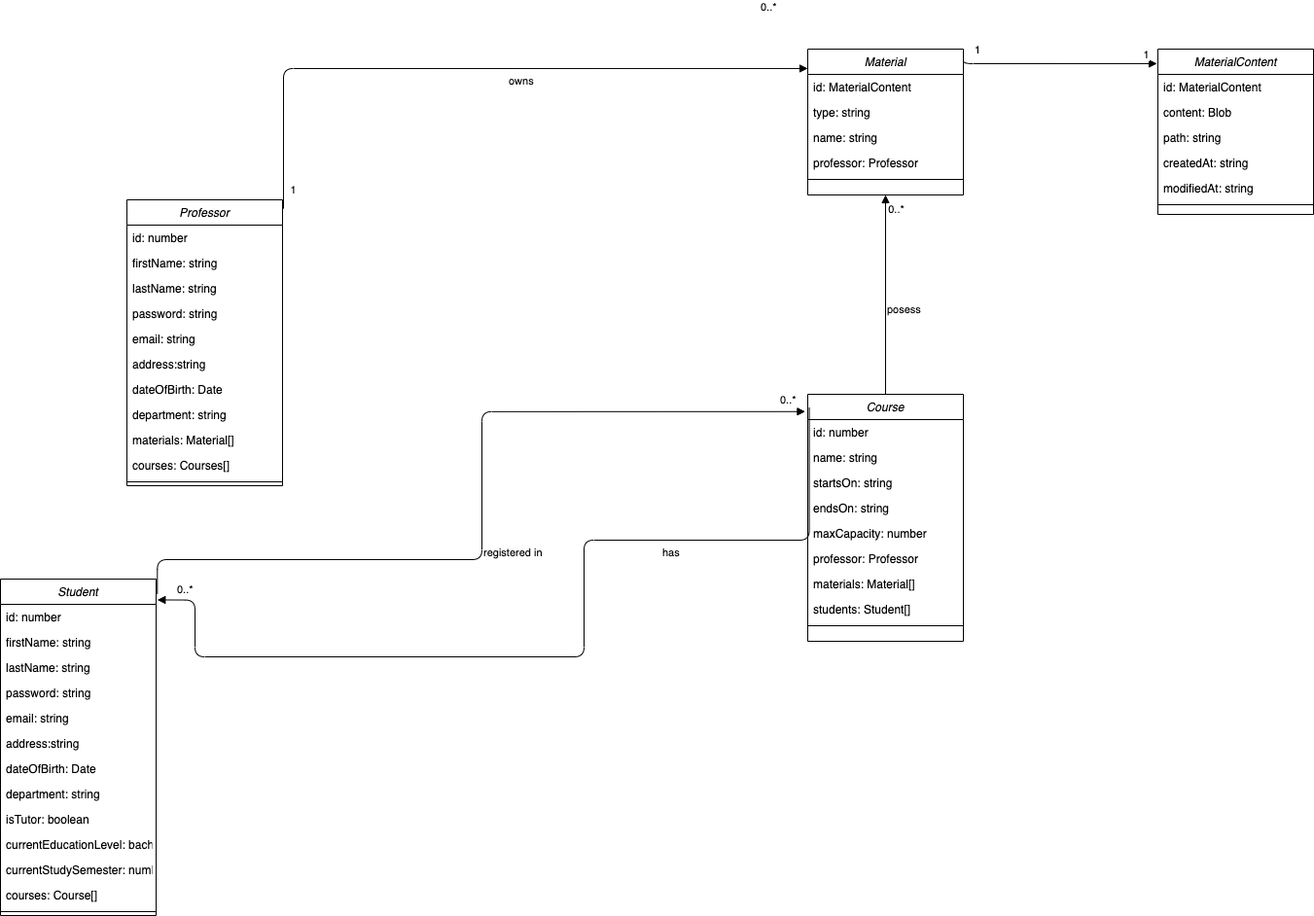
Before: docs/Model.png, a diagram exported from draw.io (l33t3mr/typescript). Source tidied: cells renumbered, new cells last; positions are measured from the earlier drawing's top-left corner, leaving out a move shared by most shapes.
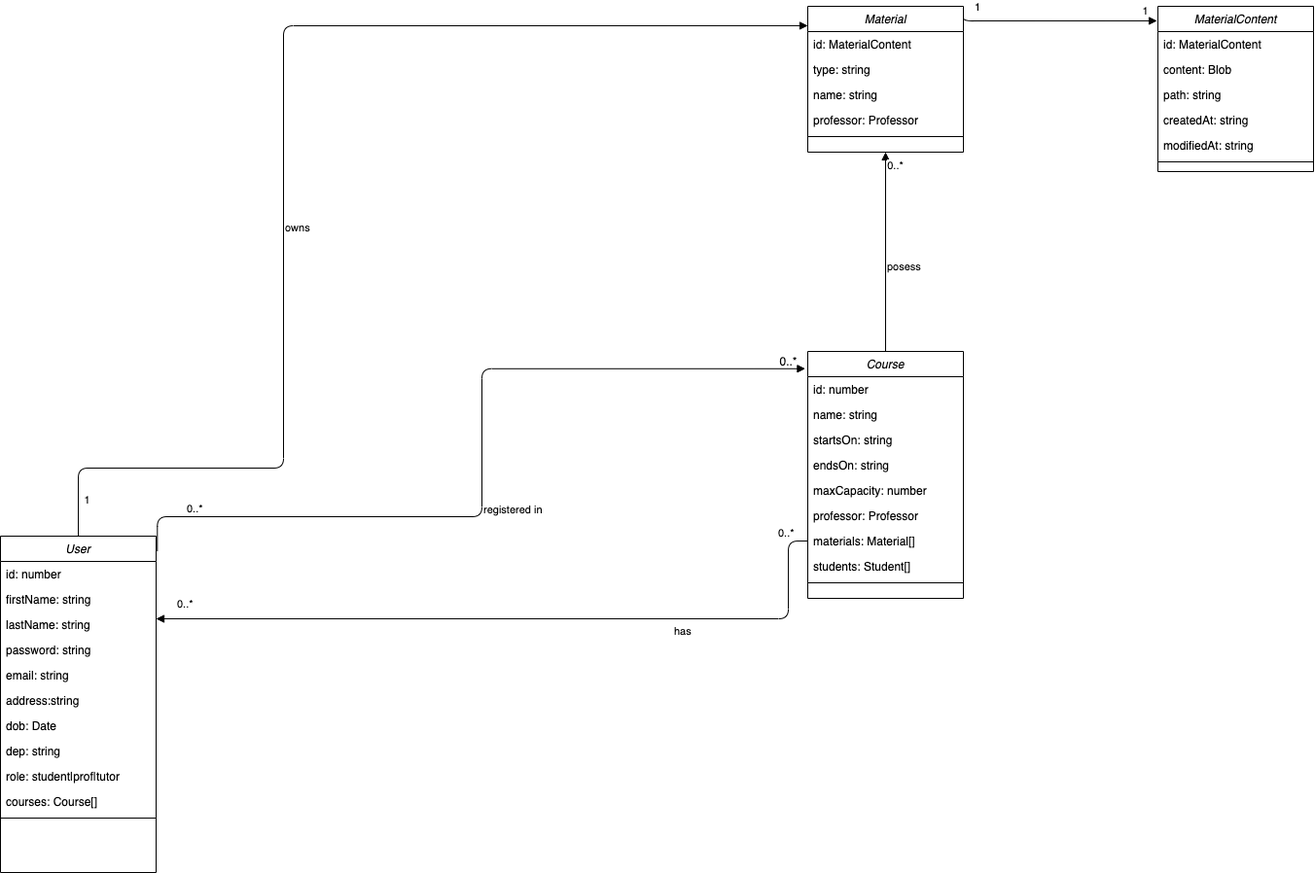
Later version of the same file.

Diff of the diagram source:
```diff
@@ -2,43 +2,7 @@
   <root>
     <mxCell id="0" />
     <mxCell id="1" parent="0" />
-    <mxCell id="2" value="Professor" style="swimlane;fontStyle=2;align=center;verticalAlign=top;horizontal=1;startSize=26;rounded=0;shadow=0;strokeWidth=1;" parent="1" vertex="1">
-      <mxGeometry x="130" y="155" width="160" height="294" as="geometry" />
-    </mxCell>
-    <mxCell id="3" value="id: number" style="text;align=left;verticalAlign=top;spacingLeft=4;spacingRight=4;overflow=hidden;" parent="2" vertex="1">
-      <mxGeometry y="26" width="160" height="26" as="geometry" />
-    </mxCell>
-    <mxCell id="4" value="firstName: string" style="text;align=left;verticalAlign=top;spacingLeft=4;spacingRight=4;overflow=hidden;" parent="2" vertex="1">
-      <mxGeometry y="52" width="160" height="26" as="geometry" />
-    </mxCell>
-    <mxCell id="5" value="lastName: string" style="text;align=left;verticalAlign=top;spacingLeft=4;spacingRight=4;overflow=hidden;rounded=0;shadow=0;html=0;" parent="2" vertex="1">
-      <mxGeometry y="78" width="160" height="26" as="geometry" />
-    </mxCell>
-    <mxCell id="6" value="password: string" style="text;align=left;verticalAlign=top;spacingLeft=4;spacingRight=4;overflow=hidden;rounded=0;shadow=0;html=0;" parent="2" vertex="1">
-      <mxGeometry y="104" width="160" height="26" as="geometry" />
-    </mxCell>
-    <mxCell id="7" value="email: string" style="text;align=left;verticalAlign=top;spacingLeft=4;spacingRight=4;overflow=hidden;rounded=0;shadow=0;html=0;" parent="2" vertex="1">
-      <mxGeometry y="130" width="160" height="26" as="geometry" />
-    </mxCell>
-    <mxCell id="8" value="address:string" style="text;align=left;verticalAlign=top;spacingLeft=4;spacingRight=4;overflow=hidden;rounded=0;shadow=0;html=0;" parent="2" vertex="1">
-      <mxGeometry y="156" width="160" height="26" as="geometry" />
-    </mxCell>
-    <mxCell id="9" value="dateOfBirth: Date" style="text;align=left;verticalAlign=top;spacingLeft=4;spacingRight=4;overflow=hidden;rounded=0;shadow=0;html=0;" parent="2" vertex="1">
-      <mxGeometry y="182" width="160" height="26" as="geometry" />
-    </mxCell>
-    <mxCell id="10" value="department: string" style="text;align=left;verticalAlign=top;spacingLeft=4;spacingRight=4;overflow=hidden;rounded=0;shadow=0;html=0;" parent="2" vertex="1">
-      <mxGeometry y="208" width="160" height="26" as="geometry" />
-    </mxCell>
-    <mxCell id="11" value="materials: Material[]" style="text;align=left;verticalAlign=top;spacingLeft=4;spacingRight=4;overflow=hidden;rounded=0;shadow=0;html=0;" parent="2" vertex="1">
-      <mxGeometry y="234" width="160" height="26" as="geometry" />
-    </mxCell>
-    <mxCell id="12" value="courses: Courses[]" style="text;align=left;verticalAlign=top;spacingLeft=4;spacingRight=4;overflow=hidden;rounded=0;shadow=0;html=0;" parent="2" vertex="1">
-      <mxGeometry y="260" width="160" height="26" as="geometry" />
-    </mxCell>
-    <mxCell id="13" style="line;html=1;strokeWidth=1;align=left;verticalAlign=middle;spacingTop=-1;spacingLeft=3;spacingRight=3;labelPosition=right;" parent="2" vertex="1">
-      <mxGeometry y="286" width="160" height="8" as="geometry" />
-    </mxCell>
-    <mxCell id="14" value="Student" style="swimlane;fontStyle=2;align=center;verticalAlign=top;horizontal=1;startSize=26;rounded=0;shadow=0;strokeWidth=1;" parent="1" vertex="1">
+    <mxCell id="14" value="User" style="swimlane;fontStyle=2;align=center;verticalAlign=top;horizontal=1;startSize=26;rounded=0;shadow=0;strokeWidth=1;" parent="1" vertex="1">
       <mxGeometry y="545" width="160" height="346" as="geometry" />
     </mxCell>
     <mxCell id="15" value="id: number" style="text;align=left;verticalAlign=top;spacingLeft=4;spacingRight=4;overflow=hidden;" parent="14" vertex="1">
@@ -59,26 +23,20 @@
     <mxCell id="20" value="address:string" style="text;align=left;verticalAlign=top;spacingLeft=4;spacingRight=4;overflow=hidden;rounded=0;shadow=0;html=0;" parent="14" vertex="1">
       <mxGeometry y="156" width="160" height="26" as="geometry" />
     </mxCell>
-    <mxCell id="21" value="dateOfBirth: Date" style="text;align=left;verticalAlign=top;spacingLeft=4;spacingRight=4;overflow=hidden;rounded=0;shadow=0;html=0;" parent="14" vertex="1">
+    <mxCell id="21" value="dob: Date" style="text;align=left;verticalAlign=top;spacingLeft=4;spacingRight=4;overflow=hidden;rounded=0;shadow=0;html=0;" parent="14" vertex="1">
       <mxGeometry y="182" width="160" height="26" as="geometry" />
     </mxCell>
-    <mxCell id="22" value="department: string" style="text;align=left;verticalAlign=top;spacingLeft=4;spacingRight=4;overflow=hidden;rounded=0;shadow=0;html=0;" parent="14" vertex="1">
+    <mxCell id="22" value="dep: string" style="text;align=left;verticalAlign=top;spacingLeft=4;spacingRight=4;overflow=hidden;rounded=0;shadow=0;html=0;" parent="14" vertex="1">
       <mxGeometry y="208" width="160" height="26" as="geometry" />
     </mxCell>
-    <mxCell id="23" value="isTutor: boolean&#10;" style="text;align=left;verticalAlign=top;spacingLeft=4;spacingRight=4;overflow=hidden;rounded=0;shadow=0;html=0;" parent="14" vertex="1">
+    <mxCell id="23" value="role: student|prof|tutor" style="text;align=left;verticalAlign=top;spacingLeft=4;spacingRight=4;overflow=hidden;rounded=0;shadow=0;html=0;" parent="14" vertex="1">
       <mxGeometry y="234" width="160" height="26" as="geometry" />
     </mxCell>
-    <mxCell id="24" value="currentEducationLevel: bachelor|master|diploma" style="text;align=left;verticalAlign=top;spacingLeft=4;spacingRight=4;overflow=hidden;rounded=0;shadow=0;html=0;" parent="14" vertex="1">
-      <mxGeometry y="260" width="160" height="26" as="geometry" />
-    </mxCell>
-    <mxCell id="25" value="currentStudySemester: number" style="text;align=left;verticalAlign=top;spacingLeft=4;spacingRight=4;overflow=hidden;rounded=0;shadow=0;html=0;" parent="14" vertex="1">
-      <mxGeometry y="286" width="160" height="26" as="geometry" />
-    </mxCell>
     <mxCell id="26" value="courses: Course[]" style="text;align=left;verticalAlign=top;spacingLeft=4;spacingRight=4;overflow=hidden;rounded=0;shadow=0;html=0;" parent="14" vertex="1">
-      <mxGeometry y="312" width="160" height="26" as="geometry" />
+      <mxGeometry y="260" width="160" height="26" as="geometry" />
     </mxCell>
     <mxCell id="27" style="line;html=1;strokeWidth=1;align=left;verticalAlign=middle;spacingTop=-1;spacingLeft=3;spacingRight=3;labelPosition=right;" parent="14" vertex="1">
-      <mxGeometry y="338" width="160" height="8" as="geometry" />
+      <mxGeometry y="286" width="160" height="8" as="geometry" />
     </mxCell>
     <mxCell id="28" value="Course" style="swimlane;fontStyle=2;align=center;verticalAlign=top;horizontal=1;startSize=26;rounded=0;shadow=0;strokeWidth=1;" parent="1" vertex="1">
       <mxGeometry x="830" y="355" width="160" height="254" as="geometry" />
@@ -149,16 +107,18 @@
     <mxCell id="50" style="line;html=1;strokeWidth=1;align=left;verticalAlign=middle;spacingTop=-1;spacingLeft=3;spacingRight=3;labelPosition=right;" parent="44" vertex="1">
       <mxGeometry y="156" width="160" height="8" as="geometry" />
     </mxCell>
-    <mxCell id="51" value="owns" style="endArrow=block;endFill=1;html=1;edgeStyle=orthogonalEdgeStyle;align=left;verticalAlign=top;exitX=1.006;exitY=0.031;exitDx=0;exitDy=0;exitPerimeter=0;entryX=0;entryY=0.133;entryDx=0;entryDy=0;entryPerimeter=0;" parent="1" edge="1" source="2" target="38">
-      <mxGeometry x="0.09" relative="1" as="geometry">
+    <mxCell id="51" value="owns" style="endArrow=block;endFill=1;html=1;edgeStyle=orthogonalEdgeStyle;align=left;verticalAlign=top;exitX=0.5;exitY=0;exitDx=0;exitDy=0;entryX=0;entryY=0.133;entryDx=0;entryDy=0;entryPerimeter=0;" parent="1" edge="1" source="14" target="38">
+      <mxGeometry x="-0.15" relative="1" as="geometry">
         <Array as="points">
+          <mxPoint x="80" y="475" />
+          <mxPoint x="291" y="475" />
           <mxPoint x="291" y="20" />
         </Array>
       </mxGeometry>
     </mxCell>
     <mxCell id="52" value="0..*" style="edgeLabel;html=1;align=left;verticalAlign=bottom;" parent="51" vertex="1">
       <mxGeometry x="-1" relative="1" as="geometry">
-        <mxPoint x="489" y="-200" as="offset" />
+        <mxPoint x="110" y="-20" as="offset" />
       </mxGeometry>
     </mxCell>
     <mxCell id="53" value="1" style="edgeLabel;html=1;align=center;verticalAlign=middle;" parent="51" vertex="1">
@@ -202,17 +162,16 @@
     </mxCell>
     <mxCell id="60" value="0..*" style="edgeLabel;html=1;align=left;verticalAlign=bottom;" parent="59" vertex="1">
       <mxGeometry x="-1" relative="1" as="geometry">
-        <mxPoint x="19" y="3" as="offset" />
+        <mxPoint x="19" y="63" as="offset" />
       </mxGeometry>
     </mxCell>
-    <mxCell id="61" value="has" style="endArrow=block;endFill=1;html=1;edgeStyle=orthogonalEdgeStyle;align=left;verticalAlign=top;exitX=0.01;exitY=0.054;exitDx=0;exitDy=0;exitPerimeter=0;entryX=1.008;entryY=0.062;entryDx=0;entryDy=0;entryPerimeter=0;" parent="1" edge="1" source="28" target="14">
+    <mxCell id="61" value="has" style="endArrow=block;endFill=1;html=1;edgeStyle=orthogonalEdgeStyle;align=left;verticalAlign=top;exitX=0;exitY=0.5;exitDx=0;exitDy=0;" parent="1" edge="1" source="35">
       <mxGeometry x="-0.42" relative="1" as="geometry">
+        <mxPoint x="160" y="630" as="targetPoint" />
         <Array as="points">
-          <mxPoint x="832" y="505" />
-          <mxPoint x="600" y="505" />
-          <mxPoint x="600" y="625" />
-          <mxPoint x="200" y="625" />
-          <mxPoint x="200" y="566" />
+          <mxPoint x="810" y="550" />
+          <mxPoint x="810" y="630" />
+          <mxPoint x="160" y="630" />
         </Array>
       </mxGeometry>
     </mxCell>
@@ -221,5 +180,8 @@
         <mxPoint x="-32" as="offset" />
       </mxGeometry>
     </mxCell>
+    <mxCell id="63" value="0..*" style="text;html=1;align=center;verticalAlign=middle;strokeColor=none;" parent="1" vertex="1">
+      <mxGeometry x="795" y="355" width="30" height="20" as="geometry" />
+    </mxCell>
   </root>
 </mxGraphModel>
```
